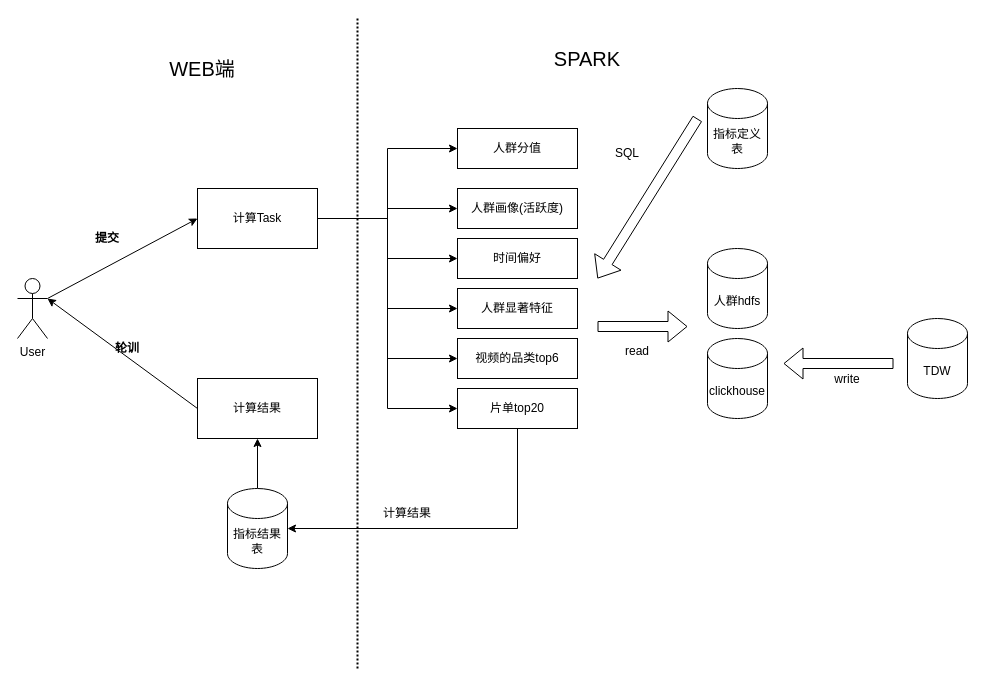
Before: tx_2.3_dataflow.drawio in learn2Pro/draw_io_save, a draw.io diagram. Source tidied: cells renumbered, new cells numbered last; positions are measured from the earlier drawing's top-left corner, leaving out a move shared by most shapes. Both pictures are drawn from the tidied source at 100%, with x=0, y=0 at pixel (17, 18).
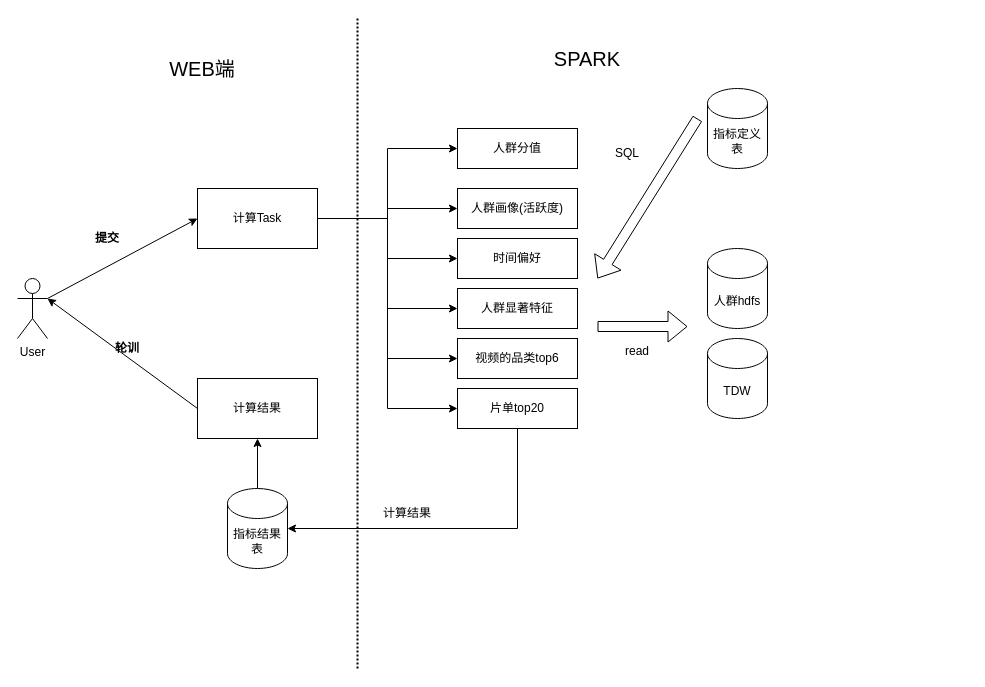
Above is the later version.

Diff of the diagram source:
```diff
@@
-    <mxCell id="31" value="clickhouse" style="shape=cylinder3;whiteSpace=wrap;html=1;boundedLbl=1;backgroundOutline=1;size=15;" parent="1" vertex="1">
-      <mxGeometry x="690" y="320" width="60" height="80" as="geometry" />
-    </mxCell>
@@
     <mxCell id="34" value="TDW" style="shape=cylinder3;whiteSpace=wrap;html=1;boundedLbl=1;backgroundOutline=1;size=15;" parent="1" vertex="1">
-      <mxGeometry x="890" y="300" width="60" height="80" as="geometry" />
+      <mxGeometry x="690" y="320" width="60" height="80" as="geometry" />
     </mxCell>
-    <mxCell id="35" style="shape=flexArrow;endArrow=classic;html=1;rounded=0;strokeColor=#000000;" parent="1" edge="1">
-      <mxGeometry relative="1" as="geometry">
-        <mxPoint x="876" y="345" as="sourcePoint" />
-        <mxPoint x="766" y="345" as="targetPoint" />
-      </mxGeometry>
-    </mxCell>
-    <mxCell id="36" value="write" style="text;html=1;strokeColor=none;fillColor=none;align=center;verticalAlign=middle;whiteSpace=wrap;rounded=0;" parent="1" vertex="1">
-      <mxGeometry x="800" y="346" width="60" height="30" as="geometry" />
-    </mxCell>
```
